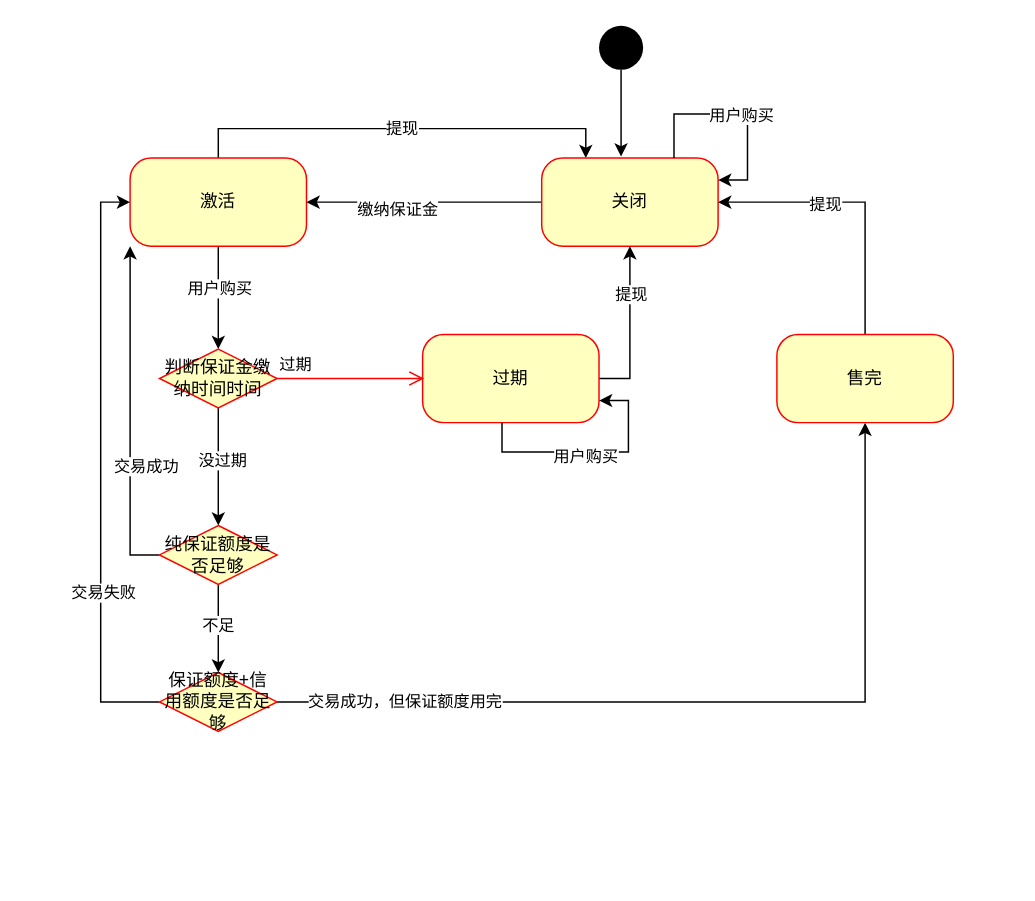
Earlier version of the draw.io diagram Untitled Diagram.drawio (jobop/advanced-java). Source tidied: cells renumbered, new cells numbered last; positions are measured from the earlier drawing's top-left corner, leaving out a move shared by most shapes. Both pictures are drawn from the tidied source at 147%, with x=0, y=0 at pixel (129, 25).
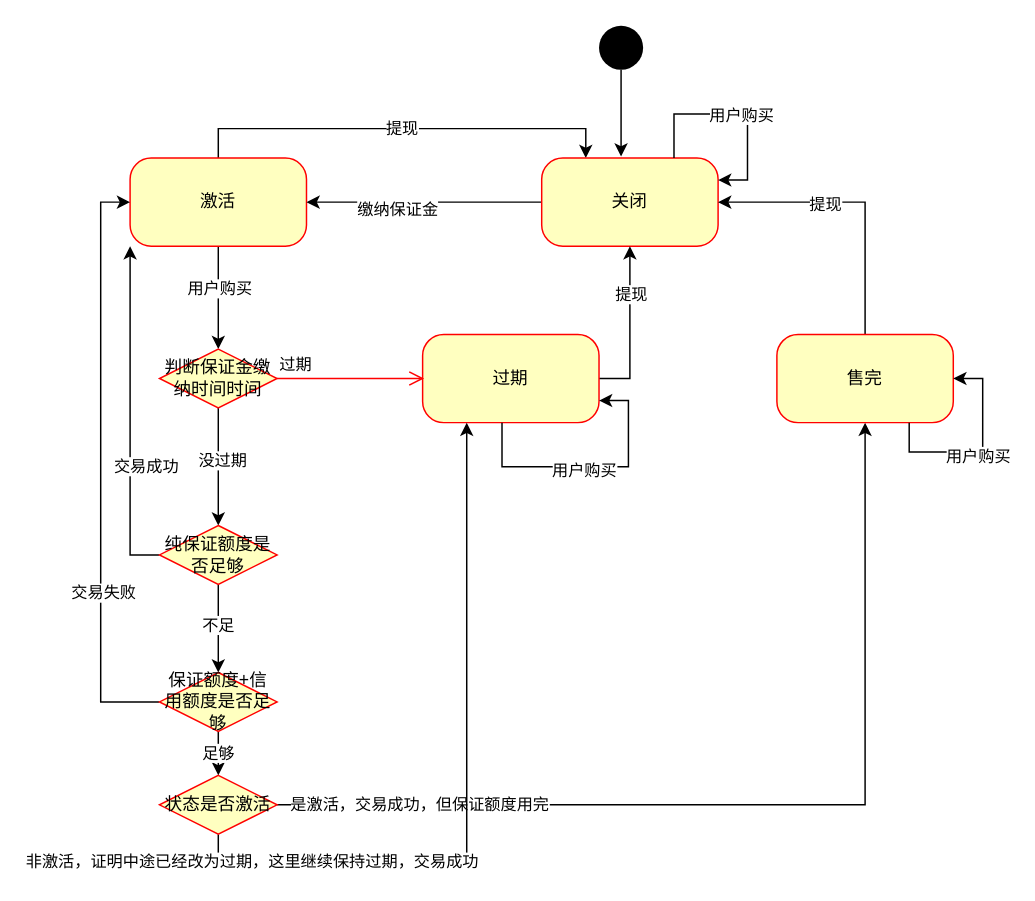
Above is the later version.

Unchanged cells that the change refers to:
```xml
<mxCell id="13" value="过期" style="rounded=1;whiteSpace=wrap;html=1;arcSize=24;fillColor=#ffffc0;strokeColor=#ff0000;shadow=0;comic=0;labelBackgroundColor=none;fontFamily=Verdana;fontSize=12;fontColor=#000000;align=center;" parent="1" vertex="1">
  <mxGeometry x="199" y="210" width="120" height="60" as="geometry" />
</mxCell>
<mxCell id="27" value="保证额度+信用额度是否足够" style="rhombus;whiteSpace=wrap;html=1;fillColor=#ffffc0;strokeColor=#ff0000;" parent="1" vertex="1">
  <mxGeometry x="20" y="440" width="80" height="40" as="geometry" />
</mxCell>
<mxCell id="30" value="售完" style="rounded=1;whiteSpace=wrap;html=1;arcSize=24;fillColor=#ffffc0;strokeColor=#ff0000;shadow=0;comic=0;labelBackgroundColor=none;fontFamily=Verdana;fontSize=12;fontColor=#000000;align=center;" parent="1" vertex="1">
  <mxGeometry x="440" y="210" width="120" height="60" as="geometry" />
</mxCell>
```

The edit, as a diff of the source:
```diff
@@
-    <mxCell id="23" style="edgeStyle=orthogonalEdgeStyle;rounded=0;jettySize=auto;html=1;exitX=1;exitY=0.5;exitDx=0;exitDy=0;entryX=0.5;entryY=1;entryDx=0;entryDy=0;" parent="1" edge="1" source="27" target="30">
+    <mxCell id="23" style="edgeStyle=orthogonalEdgeStyle;rounded=0;jettySize=auto;html=1;exitX=1;exitY=0.5;exitDx=0;exitDy=0;entryX=0.5;entryY=1;entryDx=0;entryDy=0;" parent="1" edge="1" source="40" target="30">
       <mxGeometry relative="1" as="geometry" />
     </mxCell>
-    <mxCell id="24" value="交易成功，但保证额度用完" style="edgeLabel;html=1;align=center;verticalAlign=middle;" parent="23" vertex="1">
+    <mxCell id="24" value="是激活，交易成功，但保证额度用完" style="edgeLabel;html=1;align=center;verticalAlign=middle;" parent="23" vertex="1">
       <mxGeometry x="-0.71" y="1" relative="1" as="geometry" />
     </mxCell>
@@
+    <mxCell id="35" value="足够" style="edgeStyle=orthogonalEdgeStyle;rounded=0;jettySize=auto;html=1;" parent="1" edge="1" source="27" target="40">
+      <mxGeometry relative="1" as="geometry" />
+    </mxCell>
@@
-    <mxCell id="31" style="edgeStyle=orthogonalEdgeStyle;rounded=0;orthogonalLoop=1;jettySize=auto;html=1;exitX=0.45;exitY=1;exitDx=0;exitDy=0;entryX=1;entryY=0.75;entryDx=0;entryDy=0;exitPerimeter=0;" parent="1" edge="1" source="13" target="13">
+    <mxCell id="31" style="edgeStyle=orthogonalEdgeStyle;rounded=0;orthogonalLoop=1;jettySize=auto;html=1;exitX=0.75;exitY=1;exitDx=0;exitDy=0;entryX=1;entryY=0.5;entryDx=0;entryDy=0;" parent="1" edge="1" source="30" target="30">
       <mxGeometry relative="1" as="geometry" />
     </mxCell>
@@
+    <mxCell id="36" style="edgeStyle=orthogonalEdgeStyle;rounded=0;orthogonalLoop=1;jettySize=auto;html=1;exitX=0.45;exitY=1;exitDx=0;exitDy=0;entryX=1;entryY=0.75;entryDx=0;entryDy=0;exitPerimeter=0;" parent="1" edge="1" source="13" target="13">
+      <mxGeometry relative="1" as="geometry">
+        <Array as="points">
+          <mxPoint x="253" y="300" />
+          <mxPoint x="339" y="300" />
+          <mxPoint x="339" y="255" />
+        </Array>
+      </mxGeometry>
+    </mxCell>
+    <mxCell id="37" value="用户购买" style="edgeLabel;html=1;align=center;verticalAlign=middle;" parent="36" vertex="1">
+      <mxGeometry x="-0.06" y="-2" relative="1" as="geometry" />
+    </mxCell>
+    <mxCell id="38" style="edgeStyle=orthogonalEdgeStyle;rounded=0;jettySize=auto;html=1;exitX=0.5;exitY=1;exitDx=0;exitDy=0;entryX=0.25;entryY=1;entryDx=0;entryDy=0;" parent="1" edge="1" source="40" target="13">
+      <mxGeometry relative="1" as="geometry" />
+    </mxCell>
+    <mxCell id="39" value="非激活，证明中途已经改为过期，这里继续保持过期，交易成功" style="edgeLabel;html=1;align=center;verticalAlign=middle;" parent="38" vertex="1">
+      <mxGeometry x="-0.83" y="2" relative="1" as="geometry" />
+    </mxCell>
+    <mxCell id="40" value="状态是否激活" style="rhombus;whiteSpace=wrap;html=1;fillColor=#ffffc0;strokeColor=#ff0000;" parent="1" vertex="1">
+      <mxGeometry x="20" y="510" width="80" height="40" as="geometry" />
+    </mxCell>
```
